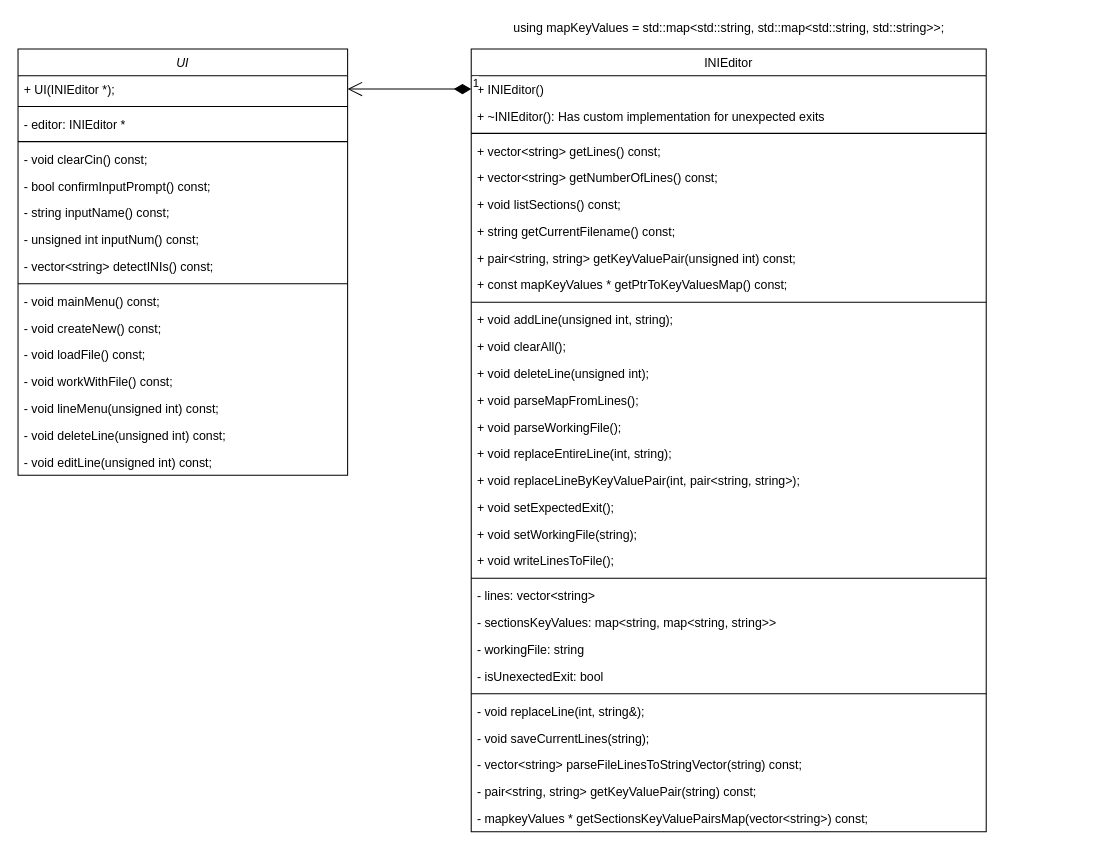
Before: docs/classes.drawio in Rahjael/INIEditor, a draw.io diagram. Source tidied: cells renumbered, new cells numbered last; positions are measured from the earlier drawing's top-left corner, leaving out a move shared by most shapes. Both pictures are drawn from the tidied source at 103%, with x=0, y=0 at pixel (18, 18).
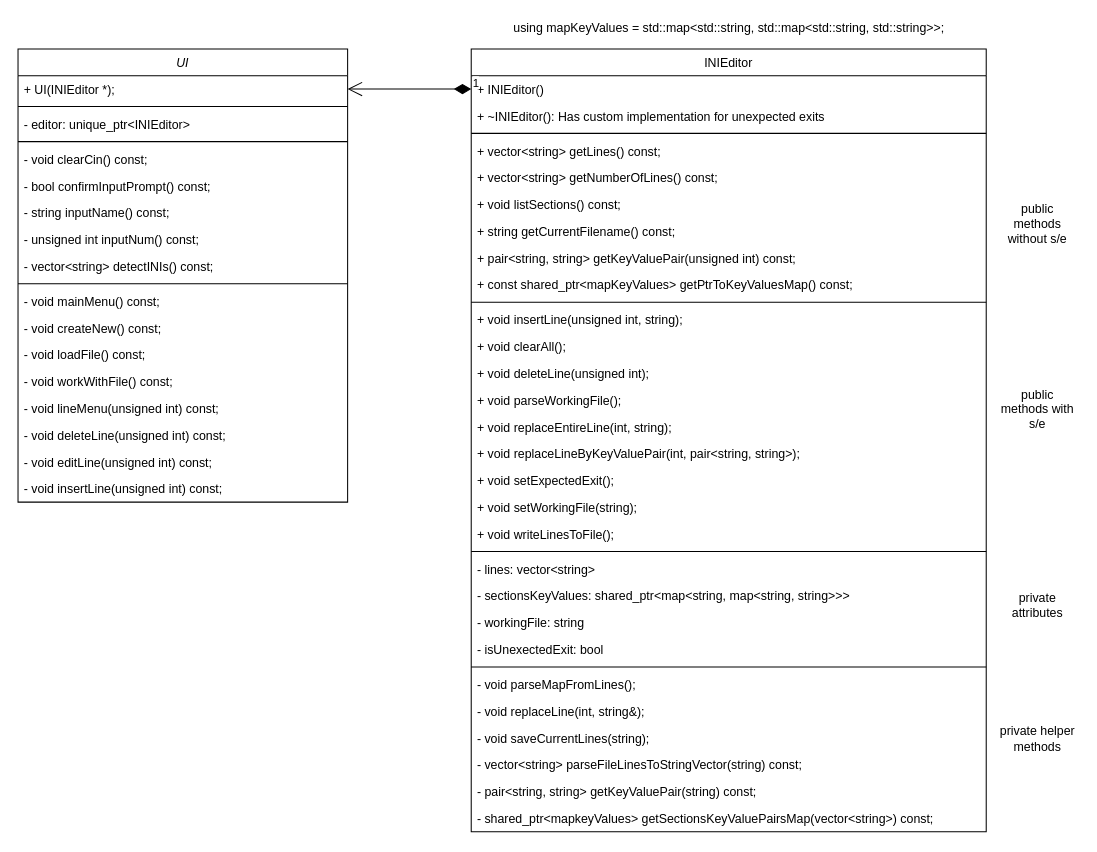
The same page after the edit.

Unchanged cells that the change refers to:
```xml
<mxCell id="20" value="INIEditor" style="swimlane;fontStyle=0;horizontal=1;startSize=26;fillColor=none;swimlaneLine=1;" parent="1" vertex="1">
  <mxGeometry x="440" y="30" width="500" height="760" as="geometry" />
</mxCell>
```

Change to the diagram source:
```diff
@@
     <mxCell id="2" value="UI" style="swimlane;fontStyle=2;align=center;verticalAlign=top;horizontal=1;startSize=26;rounded=0;shadow=0;strokeWidth=1;" parent="1" vertex="1">
-      <mxGeometry y="30" width="320" height="414" as="geometry" />
+      <mxGeometry y="30" width="320" height="440" as="geometry" />
     </mxCell>
@@
-    <mxCell id="5" value="- editor: INIEditor *" style="text;align=left;verticalAlign=top;spacingLeft=4;spacingRight=4;overflow=hidden;" parent="2" vertex="1">
+    <mxCell id="5" value="- editor: unique_ptr&lt;INIEditor&gt;" style="text;align=left;verticalAlign=top;spacingLeft=4;spacingRight=4;overflow=hidden;" parent="2" vertex="1">
       <mxGeometry y="60" width="320" height="26" as="geometry" />
     </mxCell>
@@
+    <mxCell id="54" value="- void insertLine(unsigned int) const;&#10;" style="text;align=left;verticalAlign=top;spacingLeft=4;spacingRight=4;overflow=hidden;rounded=0;shadow=0;html=0;" parent="2" vertex="1">
+      <mxGeometry y="414" width="320" height="26" as="geometry" />
+    </mxCell>
@@
-    <mxCell id="29" value="+ const mapKeyValues * getPtrToKeyValuesMap() const;" style="text;strokeColor=none;fillColor=none;align=left;verticalAlign=top;spacingLeft=4;spacingRight=4;overflow=hidden;" parent="20" vertex="1">
+    <mxCell id="29" value="+ const shared_ptr&lt;mapKeyValues&gt; getPtrToKeyValuesMap() const;" style="text;strokeColor=none;fillColor=none;align=left;verticalAlign=top;spacingLeft=4;spacingRight=4;overflow=hidden;" parent="20" vertex="1">
       <mxGeometry y="216" width="500" height="26" as="geometry" />
     </mxCell>
@@
-    <mxCell id="31" value="+ void addLine(unsigned int, string);" style="text;strokeColor=none;fillColor=none;align=left;verticalAlign=top;spacingLeft=4;spacingRight=4;overflow=hidden;" parent="20" vertex="1">
+    <mxCell id="31" value="+ void insertLine(unsigned int, string);" style="text;strokeColor=none;fillColor=none;align=left;verticalAlign=top;spacingLeft=4;spacingRight=4;overflow=hidden;" parent="20" vertex="1">
       <mxGeometry y="250" width="500" height="26" as="geometry" />
     </mxCell>
@@
-    <mxCell id="34" value="+ void parseMapFromLines();" style="text;strokeColor=none;fillColor=none;align=left;verticalAlign=top;spacingLeft=4;spacingRight=4;overflow=hidden;" parent="20" vertex="1">
-      <mxGeometry y="328" width="500" height="26" as="geometry" />
-    </mxCell>
     <mxCell id="35" value="+ void parseWorkingFile();" style="text;strokeColor=none;fillColor=none;align=left;verticalAlign=top;spacingLeft=4;spacingRight=4;overflow=hidden;" parent="20" vertex="1">
-      <mxGeometry y="354" width="500" height="26" as="geometry" />
+      <mxGeometry y="328" width="500" height="26" as="geometry" />
     </mxCell>
     <mxCell id="36" value="+ void replaceEntireLine(int, string);" style="text;strokeColor=none;fillColor=none;align=left;verticalAlign=top;spacingLeft=4;spacingRight=4;overflow=hidden;" parent="20" vertex="1">
-      <mxGeometry y="380" width="500" height="26" as="geometry" />
+      <mxGeometry y="354" width="500" height="26" as="geometry" />
     </mxCell>
     <mxCell id="37" value="+ void replaceLineByKeyValuePair(int, pair&lt;string, string&gt;);" style="text;strokeColor=none;fillColor=none;align=left;verticalAlign=top;spacingLeft=4;spacingRight=4;overflow=hidden;" parent="20" vertex="1">
-      <mxGeometry y="406" width="500" height="26" as="geometry" />
+      <mxGeometry y="380" width="500" height="26" as="geometry" />
     </mxCell>
     <mxCell id="38" value="+ void setExpectedExit();" style="text;strokeColor=none;fillColor=none;align=left;verticalAlign=top;spacingLeft=4;spacingRight=4;overflow=hidden;" parent="20" vertex="1">
-      <mxGeometry y="432" width="500" height="26" as="geometry" />
+      <mxGeometry y="406" width="500" height="26" as="geometry" />
     </mxCell>
     <mxCell id="39" value="+ void setWorkingFile(string);" style="text;strokeColor=none;fillColor=none;align=left;verticalAlign=top;spacingLeft=4;spacingRight=4;overflow=hidden;" parent="20" vertex="1">
-      <mxGeometry y="458" width="500" height="26" as="geometry" />
+      <mxGeometry y="432" width="500" height="26" as="geometry" />
     </mxCell>
     <mxCell id="40" value="+ void writeLinesToFile();" style="text;strokeColor=none;fillColor=none;align=left;verticalAlign=top;spacingLeft=4;spacingRight=4;overflow=hidden;" parent="20" vertex="1">
-      <mxGeometry y="484" width="500" height="26" as="geometry" />
+      <mxGeometry y="458" width="500" height="26" as="geometry" />
     </mxCell>
     <mxCell id="41" style="line;strokeWidth=1;fillColor=none;align=left;verticalAlign=middle;spacingTop=-1;spacingLeft=3;spacingRight=3;labelPosition=right;" parent="20" vertex="1">
-      <mxGeometry y="510" width="500" height="8" as="geometry" />
+      <mxGeometry y="484" width="500" height="8" as="geometry" />
     </mxCell>
     <mxCell id="42" value="- lines: vector&lt;string&gt;" style="text;strokeColor=none;fillColor=none;align=left;verticalAlign=top;spacingLeft=4;spacingRight=4;overflow=hidden;" parent="20" vertex="1">
-      <mxGeometry y="518" width="500" height="26" as="geometry" />
+      <mxGeometry y="492" width="500" height="26" as="geometry" />
     </mxCell>
-    <mxCell id="43" value="- sectionsKeyValues: map&lt;string, map&lt;string, string&gt;&gt;" style="text;strokeColor=none;fillColor=none;align=left;verticalAlign=top;spacingLeft=4;spacingRight=4;overflow=hidden;" parent="20" vertex="1">
-      <mxGeometry y="544" width="500" height="26" as="geometry" />
+    <mxCell id="43" value="- sectionsKeyValues: shared_ptr&lt;map&lt;string, map&lt;string, string&gt;&gt;&gt;" style="text;strokeColor=none;fillColor=none;align=left;verticalAlign=top;spacingLeft=4;spacingRight=4;overflow=hidden;" parent="20" vertex="1">
+      <mxGeometry y="518" width="500" height="26" as="geometry" />
     </mxCell>
     <mxCell id="44" value="- workingFile: string" style="text;strokeColor=none;fillColor=none;align=left;verticalAlign=top;spacingLeft=4;spacingRight=4;overflow=hidden;" parent="20" vertex="1">
-      <mxGeometry y="570" width="500" height="26" as="geometry" />
+      <mxGeometry y="544" width="500" height="26" as="geometry" />
     </mxCell>
     <mxCell id="45" value="- isUnexectedExit: bool" style="text;strokeColor=none;fillColor=none;align=left;verticalAlign=top;spacingLeft=4;spacingRight=4;overflow=hidden;" parent="20" vertex="1">
-      <mxGeometry y="596" width="500" height="26" as="geometry" />
+      <mxGeometry y="570" width="500" height="26" as="geometry" />
     </mxCell>
     <mxCell id="46" style="line;strokeWidth=1;fillColor=none;align=left;verticalAlign=middle;spacingTop=-1;spacingLeft=3;spacingRight=3;labelPosition=right;" parent="20" vertex="1">
-      <mxGeometry y="622" width="500" height="8" as="geometry" />
+      <mxGeometry y="596" width="500" height="8" as="geometry" />
     </mxCell>
+    <mxCell id="34" value="- void parseMapFromLines();" style="text;strokeColor=none;fillColor=none;align=left;verticalAlign=top;spacingLeft=4;spacingRight=4;overflow=hidden;" parent="20" vertex="1">
+      <mxGeometry y="604" width="500" height="26" as="geometry" />
+    </mxCell>
@@
-    <mxCell id="51" value="- mapkeyValues * getSectionsKeyValuePairsMap(vector&lt;string&gt;) const;" style="text;strokeColor=none;fillColor=none;align=left;verticalAlign=top;spacingLeft=4;spacingRight=4;overflow=hidden;" parent="20" vertex="1">
+    <mxCell id="51" value="- shared_ptr&lt;mapkeyValues&gt; getSectionsKeyValuePairsMap(vector&lt;string&gt;) const;" style="text;strokeColor=none;fillColor=none;align=left;verticalAlign=top;spacingLeft=4;spacingRight=4;overflow=hidden;" parent="20" vertex="1">
       <mxGeometry y="734" width="500" height="26" as="geometry" />
     </mxCell>
@@
+    <mxCell id="55" value="public methods without s/e" style="text;html=1;strokeColor=none;fillColor=none;align=center;verticalAlign=middle;whiteSpace=wrap;rounded=0;" parent="1" vertex="1">
+      <mxGeometry x="950" y="180" width="80" height="40" as="geometry" />
+    </mxCell>
+    <mxCell id="56" value="public methods with s/e" style="text;html=1;strokeColor=none;fillColor=none;align=center;verticalAlign=middle;whiteSpace=wrap;rounded=0;" parent="1" vertex="1">
+      <mxGeometry x="950" y="360" width="80" height="40" as="geometry" />
+    </mxCell>
+    <mxCell id="57" value="private attributes" style="text;html=1;strokeColor=none;fillColor=none;align=center;verticalAlign=middle;whiteSpace=wrap;rounded=0;" parent="1" vertex="1">
+      <mxGeometry x="950" y="550" width="80" height="40" as="geometry" />
+    </mxCell>
+    <mxCell id="58" value="private helper methods" style="text;html=1;strokeColor=none;fillColor=none;align=center;verticalAlign=middle;whiteSpace=wrap;rounded=0;" parent="1" vertex="1">
+      <mxGeometry x="950" y="680" width="80" height="40" as="geometry" />
+    </mxCell>
```
